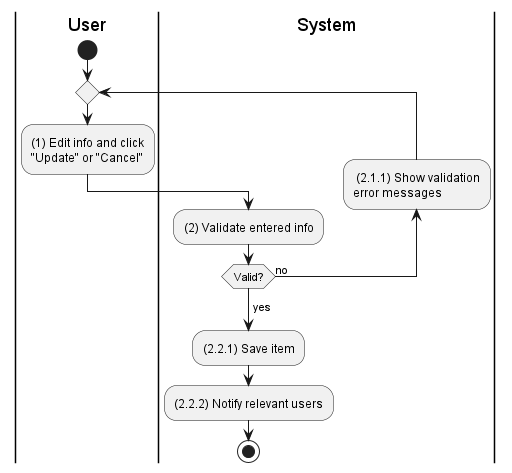
This is activities/production-order-update.png from phihungha/scmss-reqs, a PlantUML export, as it was before one commit.
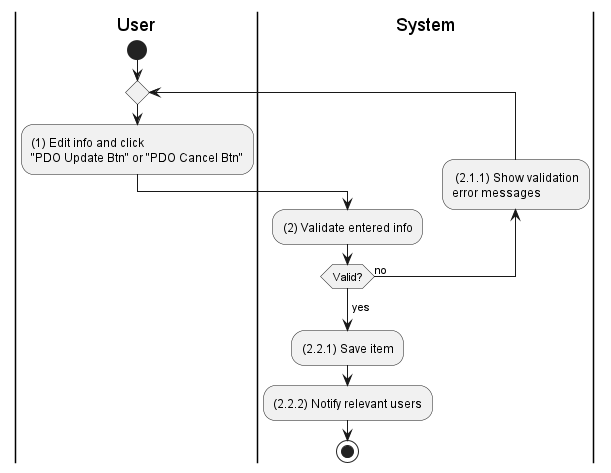
The same file after the commit.

The edit, as a diff of the source:
```diff
@@ -5,7 +5,7 @@
 |u|
 start
 repeat
-    :(1) Edit info and click\n"Update" or "Cancel";
+    :(1) Edit info and click\n"PDO Update Btn" or "PDO Cancel Btn";
     |s|
     :(2) Validate entered info;
     backward: (2.1.1) Show validation\nerror messages;
```
